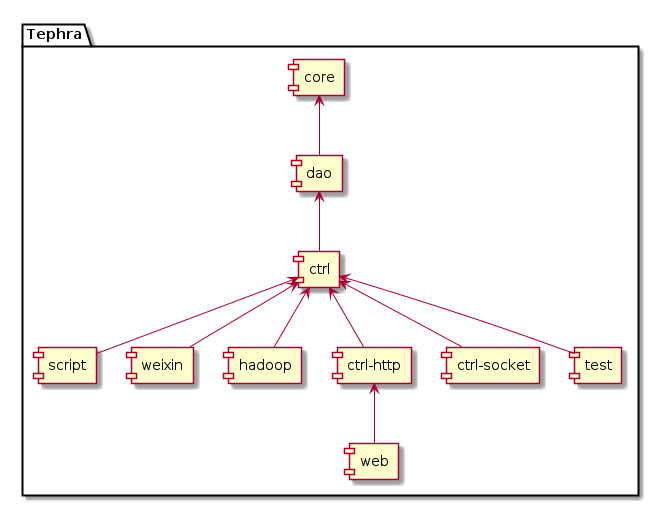
Earlier version of the PlantUML export doc/uml/front/first/module.png (wangscript007/tephra).
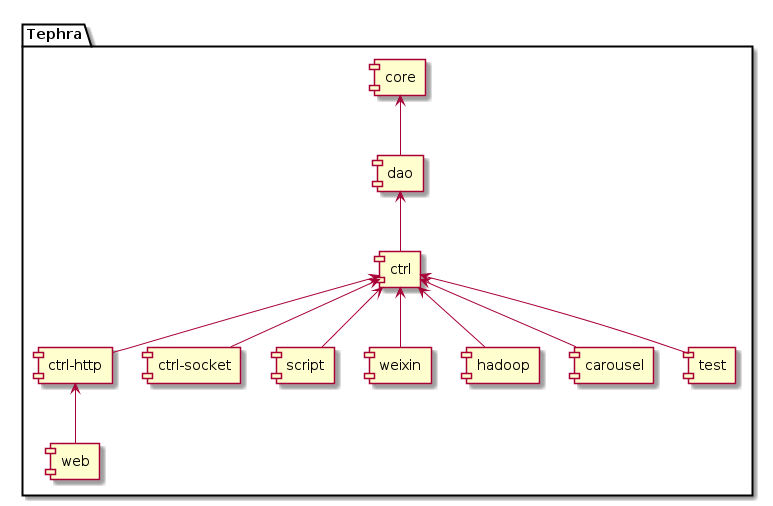
Above is the later version.

What changed in the source:
```diff
@@ -4,12 +4,13 @@
 [core]
 [core] <-- [dao]
 [dao] <-- [ctrl]
+[ctrl] <-- [ctrl-http]
+[ctrl] <-- [ctrl-socket]
+[ctrl-http] <-- [web]
 [ctrl] <-- [script]
 [ctrl] <-- [weixin]
 [ctrl] <-- [hadoop]
-[ctrl] <-- [ctrl-http]
-[ctrl] <-- [ctrl-socket]
-[ctrl-http] <-- [web]
+[ctrl] <-- [carousel]
 [ctrl] <-- [test]
 }
 
```
